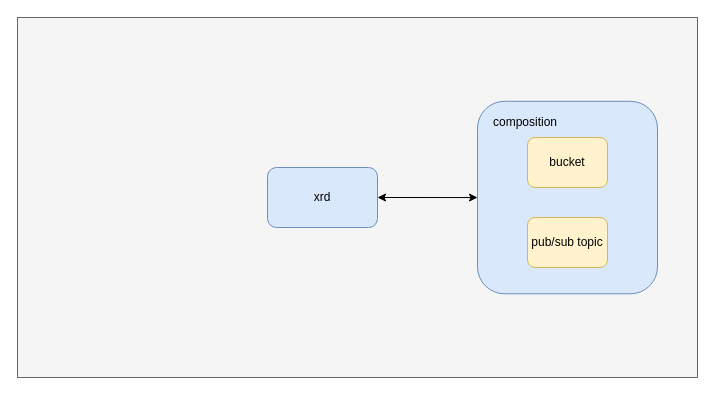
The draw.io diagram composition.drawio in YanshanSong/draw.io, before the edit. Source tidied: cells renumbered, new cells numbered last; positions are measured from the earlier drawing's top-left corner, leaving out a move shared by most shapes. Both pictures are drawn from the tidied source at 100%, with x=0, y=0 at pixel (17, 17).
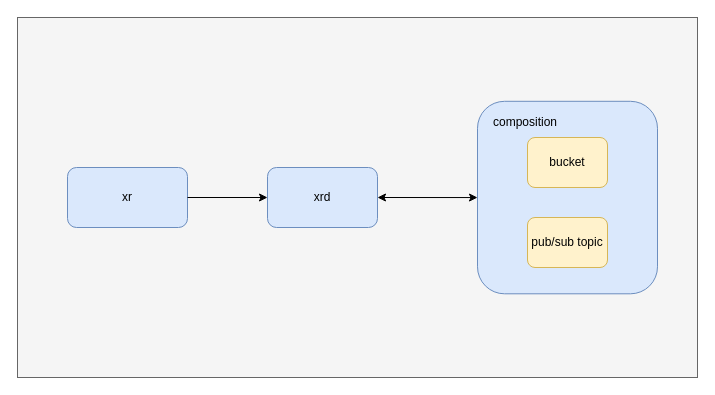
The same diagram, later.

The edit, as a diff of the source:
```diff
@@
 <mxGraphModel>
   <root>
     <mxCell id="0" />
     <mxCell id="1" parent="0" />
     <mxCell id="2" style="rounded=0;whiteSpace=wrap;html=1;fillColor=#f5f5f5;strokeColor=#666666;fontColor=#333333;" parent="1" vertex="1">
       <mxGeometry width="680" height="360" as="geometry" />
     </mxCell>
     <mxCell id="3" style="group;" parent="1" vertex="1">
       <mxGeometry x="460" y="83.8" width="180" height="192.5" as="geometry" />
     </mxCell>
     <mxCell id="4" value="&lt;span style=&quot;white-space: pre;&quot;&gt; &lt;/span&gt;&lt;span style=&quot;white-space: pre;&quot;&gt; &lt;/span&gt;" style="rounded=1;whiteSpace=wrap;html=1;fillColor=#dae8fc;strokeColor=#6c8ebf;align=left;" parent="3" vertex="1">
       <mxGeometry width="180" height="192.5" as="geometry" />
     </mxCell>
     <mxCell id="5" value="bucket" style="rounded=1;whiteSpace=wrap;html=1;fillColor=#fff2cc;strokeColor=#d6b656;" parent="3" vertex="1">
       <mxGeometry x="50" y="36.2" width="80" height="50" as="geometry" />
     </mxCell>
     <mxCell id="6" value="pub/sub topic" style="rounded=1;whiteSpace=wrap;html=1;fillColor=#fff2cc;strokeColor=#d6b656;" parent="3" vertex="1">
       <mxGeometry x="50" y="116.2" width="80" height="50" as="geometry" />
     </mxCell>
     <mxCell id="7" value="composition&lt;br&gt;" style="text;strokeColor=none;fillColor=none;align=left;verticalAlign=middle;spacingLeft=4;spacingRight=4;overflow=hidden;whiteSpace=wrap;html=1;" parent="3" vertex="1">
       <mxGeometry x="10" y="6.2" width="80" height="30" as="geometry" />
     </mxCell>
     <mxCell id="8" value="xrd" style="rounded=1;whiteSpace=wrap;html=1;fillColor=#dae8fc;strokeColor=#6c8ebf;" parent="1" vertex="1">
       <mxGeometry x="250" y="150" width="110" height="60" as="geometry" />
     </mxCell>
     <mxCell id="9" style="endArrow=classic;startArrow=classic;html=1;rounded=0;entryX=0;entryY=0.5;entryDx=0;entryDy=0;exitX=1;exitY=0.5;exitDx=0;exitDy=0;" parent="1" edge="1" source="8" target="4">
       <mxGeometry relative="1" as="geometry" />
     </mxCell>
+    <mxCell id="10" value="xr" style="rounded=1;whiteSpace=wrap;html=1;fillColor=#dae8fc;strokeColor=#6c8ebf;" parent="1" vertex="1">
+      <mxGeometry x="50" y="150" width="120" height="60" as="geometry" />
+    </mxCell>
+    <mxCell id="11" style="endArrow=classic;html=1;rounded=0;entryX=0;entryY=0.5;entryDx=0;entryDy=0;exitX=1;exitY=0.5;exitDx=0;exitDy=0;" parent="1" edge="1" source="10" target="8">
+      <mxGeometry relative="1" as="geometry" />
+    </mxCell>
   </root>
 </mxGraphModel>
```
